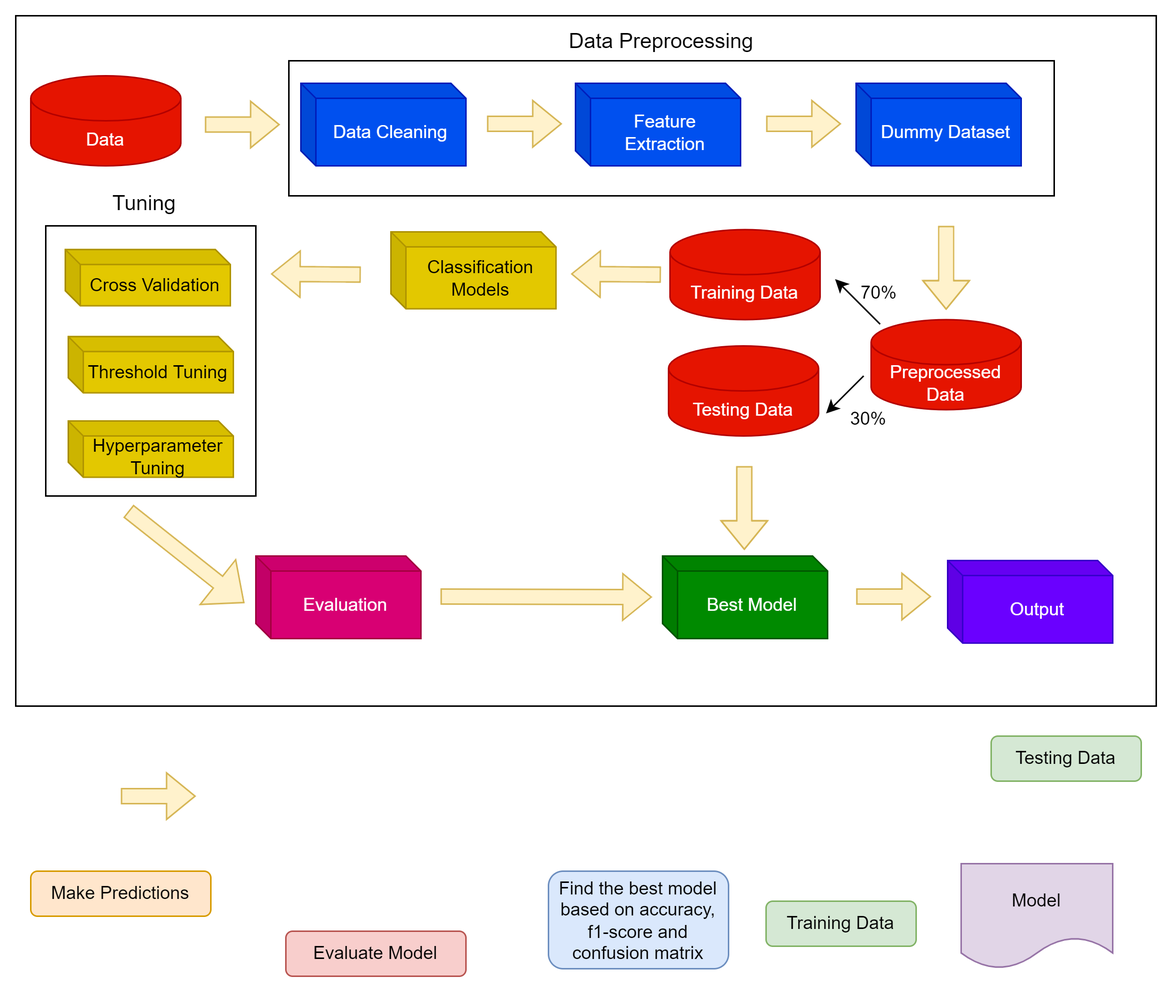
Earlier version of the draw.io export MLModel2.png (Chayanika-Basak/draw.io-files). Source tidied: cells renumbered, new cells last; positions are measured from the earlier drawing's top-left corner, leaving out a move shared by most shapes.
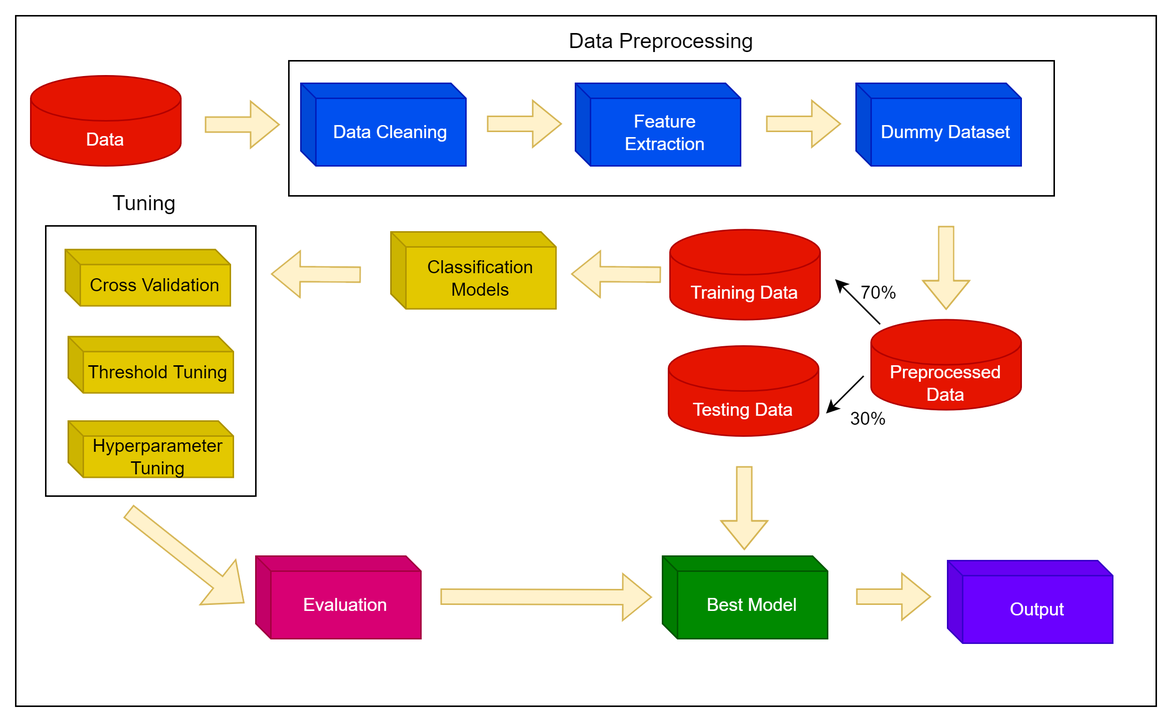
Above is the later version.

What changed in the source:
```diff
@@ -26,12 +26,6 @@
         <mxPoint x="540" y="265" as="targetPoint" />
       </mxGeometry>
     </mxCell>
-    <mxCell id="8" value="Testing Data" style="rounded=1;whiteSpace=wrap;html=1;fillColor=#d5e8d4;strokeColor=#82b366;" parent="1" vertex="1">
-      <mxGeometry x="650" y="480" width="100" height="30" as="geometry" />
-    </mxCell>
-    <mxCell id="9" value="Training Data" style="rounded=1;whiteSpace=wrap;html=1;fillColor=#d5e8d4;strokeColor=#82b366;" parent="1" vertex="1">
-      <mxGeometry x="500" y="590" width="100" height="30" as="geometry" />
-    </mxCell>
     <mxCell id="10" value="&lt;font style=&quot;font-size: 14px;&quot;&gt;Data Preprocessing&lt;/font&gt;" style="text;html=1;align=center;verticalAlign=middle;strokeColor=none;fillColor=none;" parent="1" vertex="1">
       <mxGeometry x="355" y="2" width="150" height="30" as="geometry" />
     </mxCell>
@@ -41,9 +35,6 @@
     <mxCell id="12" value="30%" style="text;html=1;align=center;verticalAlign=middle;strokeColor=none;fillColor=none;" parent="1" vertex="1">
       <mxGeometry x="543" y="254" width="50" height="30" as="geometry" />
     </mxCell>
-    <mxCell id="13" value="Model" style="shape=document;whiteSpace=wrap;html=1;boundedLbl=1;fillColor=#e1d5e7;strokeColor=#9673a6;" parent="1" vertex="1">
-      <mxGeometry x="630" y="565" width="101" height="70" as="geometry" />
-    </mxCell>
     <mxCell id="14" style="shape=flexArrow;endArrow=classic;html=1;rounded=0;fillColor=#fff2cc;strokeColor=#d6b656;" parent="1" edge="1">
       <mxGeometry relative="1" as="geometry">
         <mxPoint x="620" y="140" as="sourcePoint" />
@@ -53,15 +44,6 @@
         </Array>
       </mxGeometry>
     </mxCell>
-    <mxCell id="15" value="Evaluate Model" style="rounded=1;whiteSpace=wrap;html=1;fillColor=#f8cecc;strokeColor=#b85450;" parent="1" vertex="1">
-      <mxGeometry x="180" y="610" width="120" height="30" as="geometry" />
-    </mxCell>
-    <mxCell id="16" value="Find the best model based on accuracy, f1-score and confusion matrix" style="rounded=1;whiteSpace=wrap;html=1;fillColor=#dae8fc;strokeColor=#6c8ebf;" parent="1" vertex="1">
-      <mxGeometry x="355" y="570" width="120" height="65" as="geometry" />
-    </mxCell>
-    <mxCell id="17" value="Make Predictions" style="rounded=1;whiteSpace=wrap;html=1;fillColor=#ffe6cc;strokeColor=#d79b00;" parent="1" vertex="1">
-      <mxGeometry x="10" y="570" width="120" height="30" as="geometry" />
-    </mxCell>
     <mxCell id="18" style="shape=flexArrow;endArrow=classic;html=1;rounded=0;fillColor=#fff2cc;strokeColor=#d6b656;" parent="1" edge="1">
       <mxGeometry relative="1" as="geometry">
         <mxPoint x="430" y="172.5" as="sourcePoint" />
@@ -74,12 +56,6 @@
         <mxPoint x="176" y="72.5" as="targetPoint" />
       </mxGeometry>
     </mxCell>
-    <mxCell id="20" style="shape=flexArrow;endArrow=classic;html=1;rounded=0;fillColor=#fff2cc;strokeColor=#d6b656;" parent="1" edge="1">
-      <mxGeometry relative="1" as="geometry">
-        <mxPoint x="70" y="520" as="sourcePoint" />
-        <mxPoint x="120" y="520" as="targetPoint" />
-      </mxGeometry>
-    </mxCell>
     <mxCell id="21" style="shape=flexArrow;endArrow=classic;html=1;rounded=0;fillColor=#fff2cc;strokeColor=#d6b656;" parent="1" edge="1">
       <mxGeometry relative="1" as="geometry">
         <mxPoint x="230" y="172.5" as="sourcePoint" />
```
